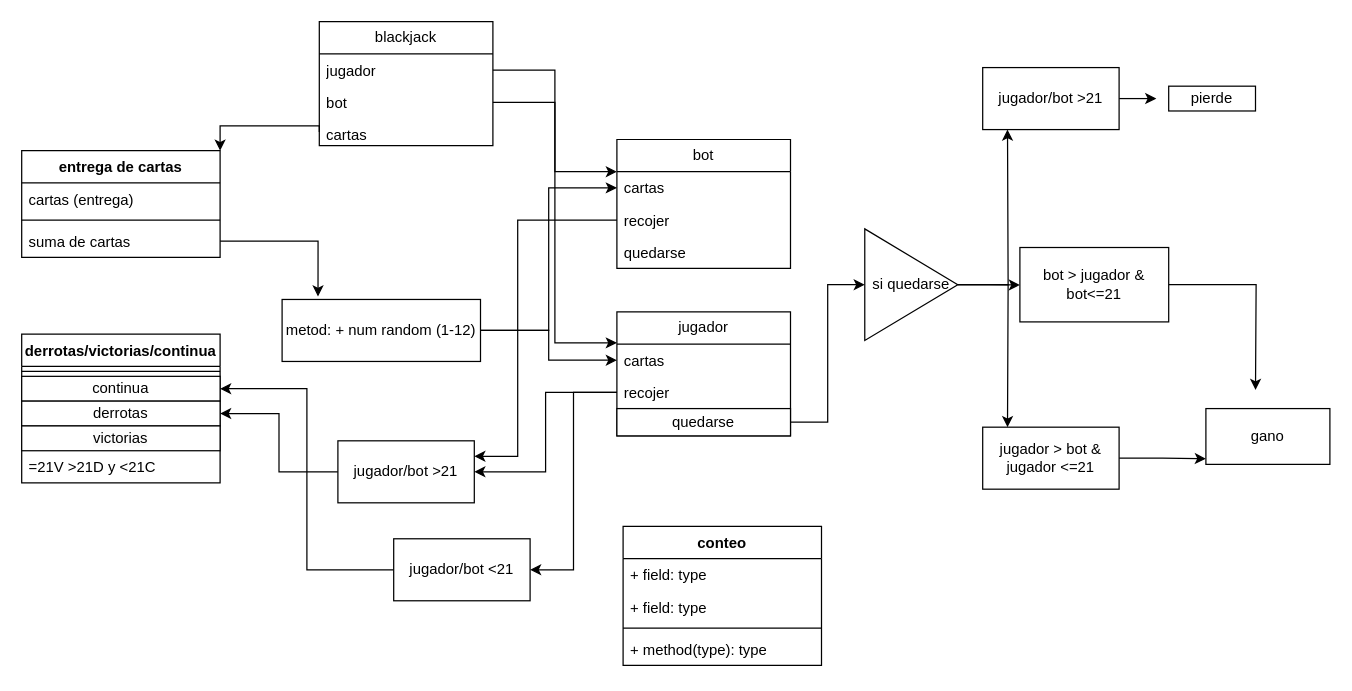
Earlier version of the draw.io diagram blackjack.drawio (ranasNPS/clases2). Source tidied: cells renumbered, new cells numbered last; positions are measured from the earlier drawing's top-left corner, leaving out a move shared by most shapes. Both pictures are drawn from the tidied source at 124%, with x=0, y=0 at pixel (21, 21).
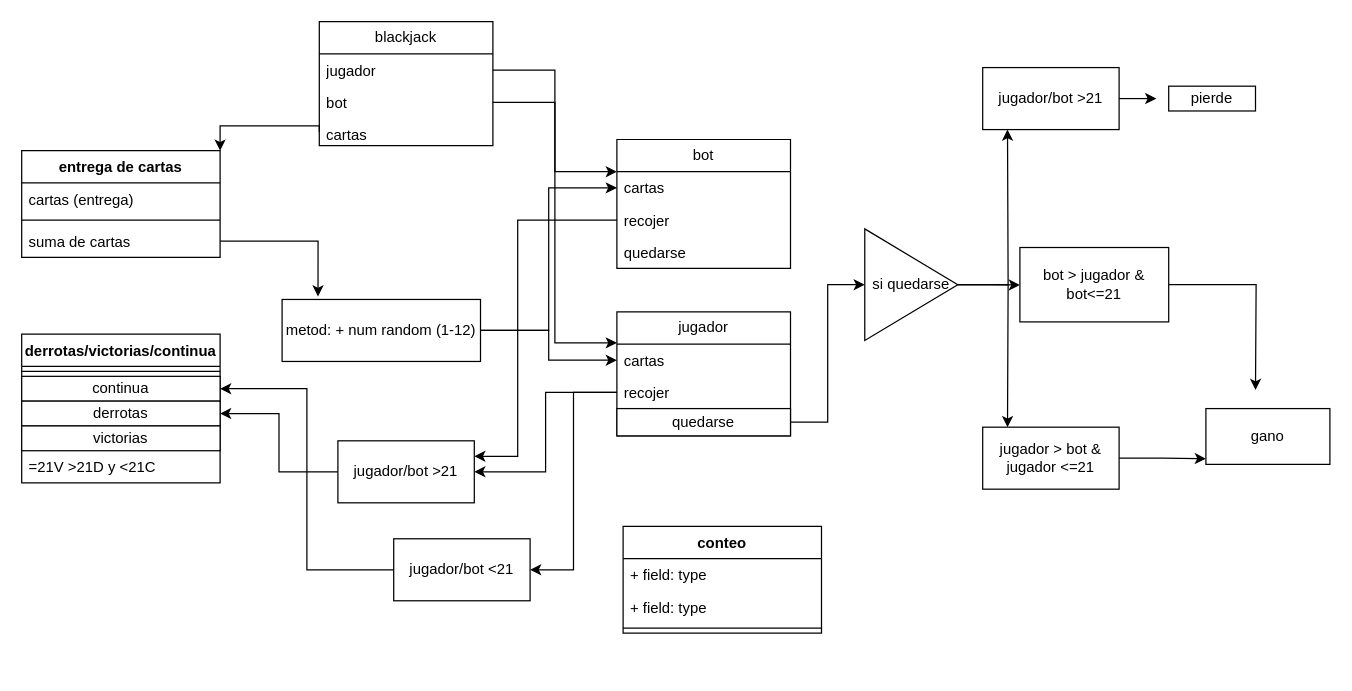
The same diagram, later.

Diff of the diagram source:
```diff
@@
     <mxCell id="51" value="conteo" style="swimlane;fontStyle=1;align=center;verticalAlign=top;horizontal=1;startSize=26;whiteSpace=wrap;html=1;" parent="1" vertex="1">
-      <mxGeometry x="485" y="407" width="160" height="112" as="geometry" />
+      <mxGeometry x="485" y="407" width="160" height="86" as="geometry" />
     </mxCell>
@@
-    <mxCell id="55" value="+ method(type): type" style="text;strokeColor=none;fillColor=none;align=left;verticalAlign=top;spacingLeft=4;spacingRight=4;overflow=hidden;whiteSpace=wrap;html=1;" parent="51" vertex="1">
-      <mxGeometry y="86" width="160" height="26" as="geometry" />
-    </mxCell>
```
